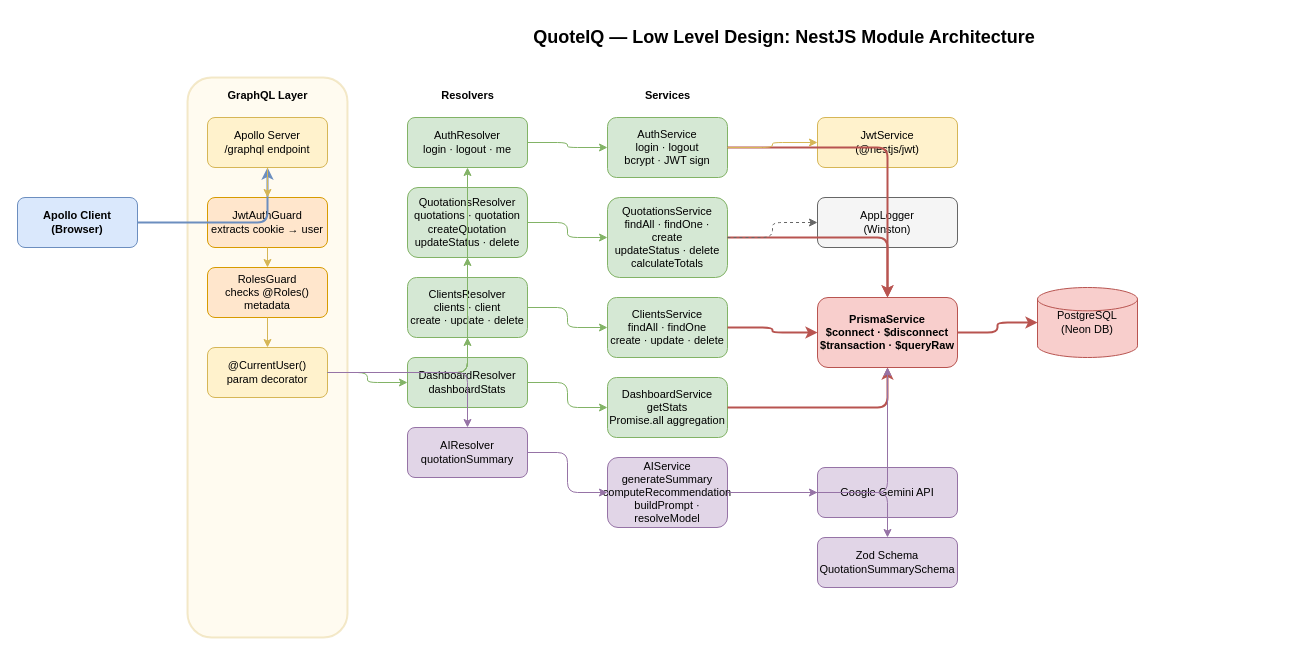
Eunice-Amirtharajan/quote-iq keeps this draw.io diagram as docs/drawio/lld-nestjs-module-architecture.drawio. Above is the earlier version. Source tidied: cells renumbered, new cells numbered last; positions are measured from the earlier drawing's top-left corner, leaving out a move shared by most shapes. Both pictures are drawn from the tidied source at 100%, with x=0, y=0 at pixel (17, 17).
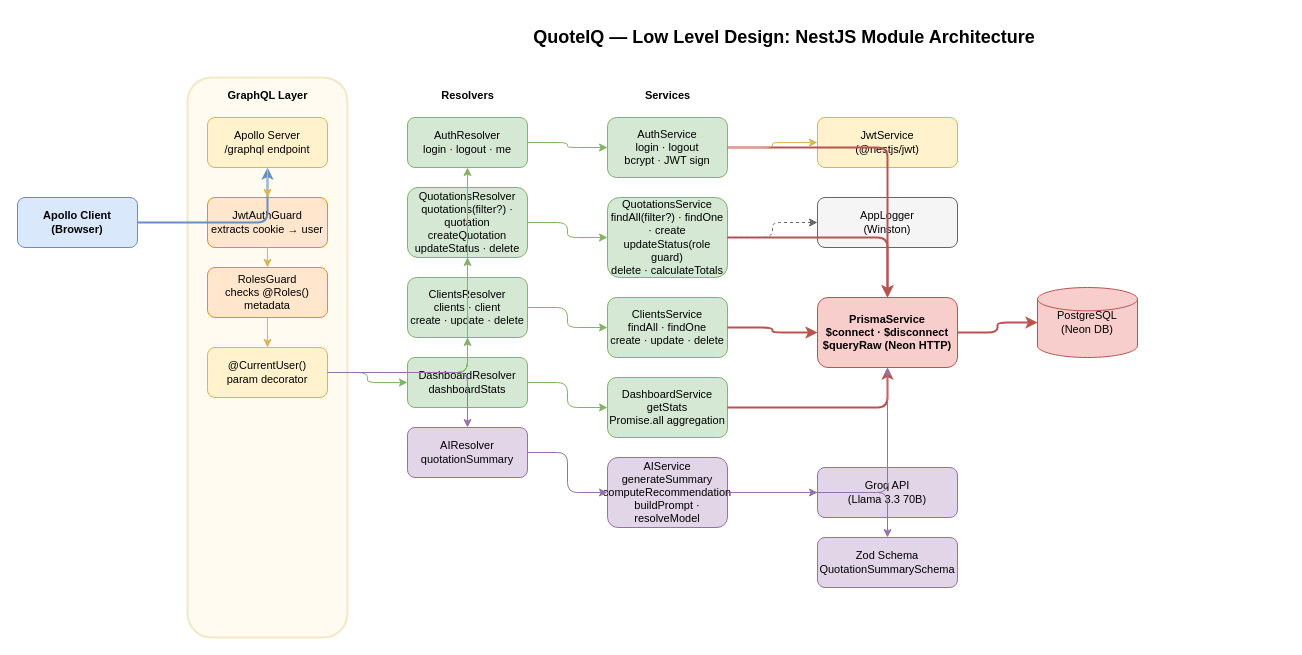
After the change.

The edit, as a diff of the source:
```diff
@@
-    <mxCell id="12" value="QuotationsResolver&#10;quotations · quotation&#10;createQuotation&#10;updateStatus · delete" style="rounded=1;whiteSpace=wrap;html=1;fillColor=#d5e8d4;strokeColor=#82b366;fontSize=11;" parent="1" vertex="1">
+    <mxCell id="12" value="QuotationsResolver&#10;quotations(filter?) · quotation&#10;createQuotation&#10;updateStatus · delete" style="rounded=1;whiteSpace=wrap;html=1;fillColor=#d5e8d4;strokeColor=#82b366;fontSize=11;" parent="1" vertex="1">
       <mxGeometry x="390" y="170" width="120" height="70" as="geometry" />
     </mxCell>
@@
-    <mxCell id="18" value="QuotationsService&#10;findAll · findOne · create&#10;updateStatus · delete&#10;calculateTotals" style="rounded=1;whiteSpace=wrap;html=1;fillColor=#d5e8d4;strokeColor=#82b366;fontSize=11;" parent="1" vertex="1">
+    <mxCell id="18" value="QuotationsService&#10;findAll(filter?) · findOne · create&#10;updateStatus(role guard)&#10;delete · calculateTotals" style="rounded=1;whiteSpace=wrap;html=1;fillColor=#d5e8d4;strokeColor=#82b366;fontSize=11;" parent="1" vertex="1">
       <mxGeometry x="590" y="180" width="120" height="80" as="geometry" />
     </mxCell>
@@
-    <mxCell id="22" value="PrismaService&#10;$connect · $disconnect&#10;$transaction · $queryRaw" style="rounded=1;whiteSpace=wrap;html=1;fillColor=#f8cecc;strokeColor=#b85450;fontSize=11;fontStyle=1;" parent="1" vertex="1">
+    <mxCell id="22" value="PrismaService&#10;$connect · $disconnect&#10;$queryRaw (Neon HTTP)" style="rounded=1;whiteSpace=wrap;html=1;fillColor=#f8cecc;strokeColor=#b85450;fontSize=11;fontStyle=1;" parent="1" vertex="1">
       <mxGeometry x="800" y="280" width="140" height="70" as="geometry" />
     </mxCell>
@@
-    <mxCell id="24" value="Google Gemini API" style="rounded=1;whiteSpace=wrap;html=1;fillColor=#e1d5e7;strokeColor=#9673a6;fontSize=11;" parent="1" vertex="1">
+    <mxCell id="24" value="Groq API&#10;(Llama 3.3 70B)" style="rounded=1;whiteSpace=wrap;html=1;fillColor=#e1d5e7;strokeColor=#9673a6;fontSize=11;" parent="1" vertex="1">
       <mxGeometry x="800" y="450" width="140" height="50" as="geometry" />
     </mxCell>
```
